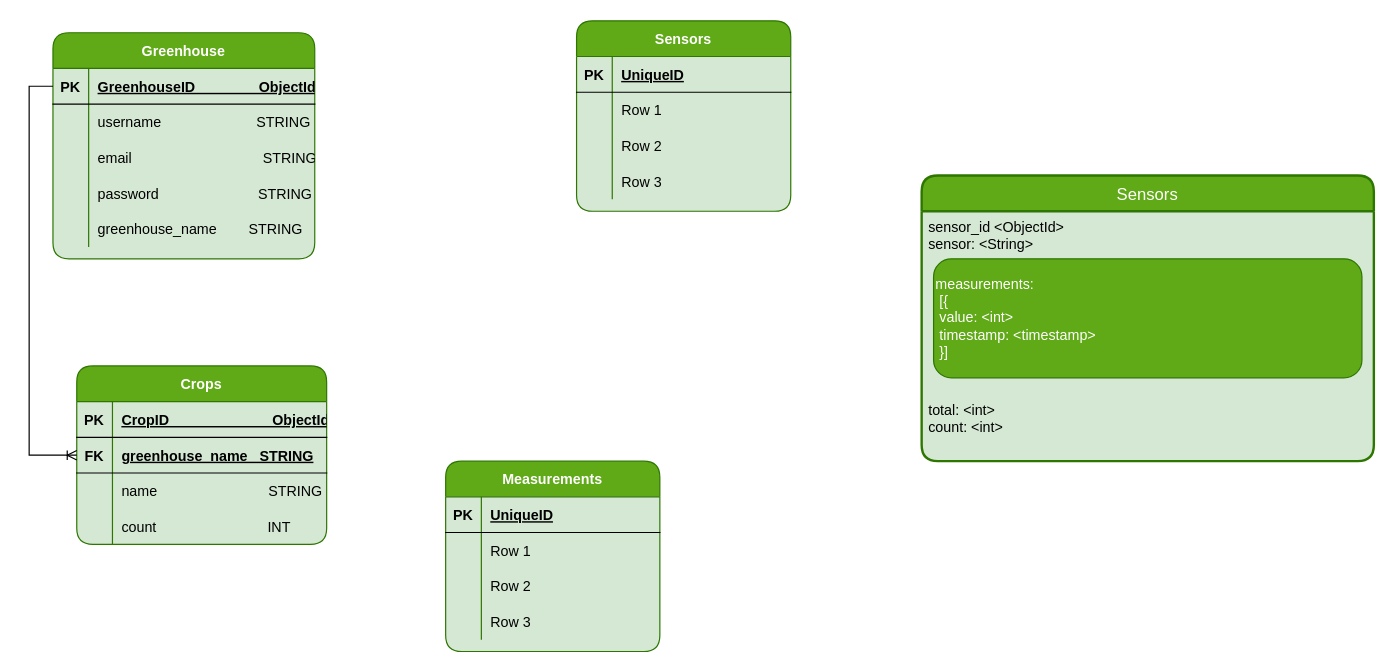
Earlier version of the draw.io diagram ER Diagram(IoT).drawio (Cybernadero/ER). Source tidied: cells renumbered, new cells numbered last; positions are measured from the earlier drawing's top-left corner, leaving out a move shared by most shapes. Both pictures are drawn from the tidied source at 119%, with x=0, y=0 at pixel (52, 20).
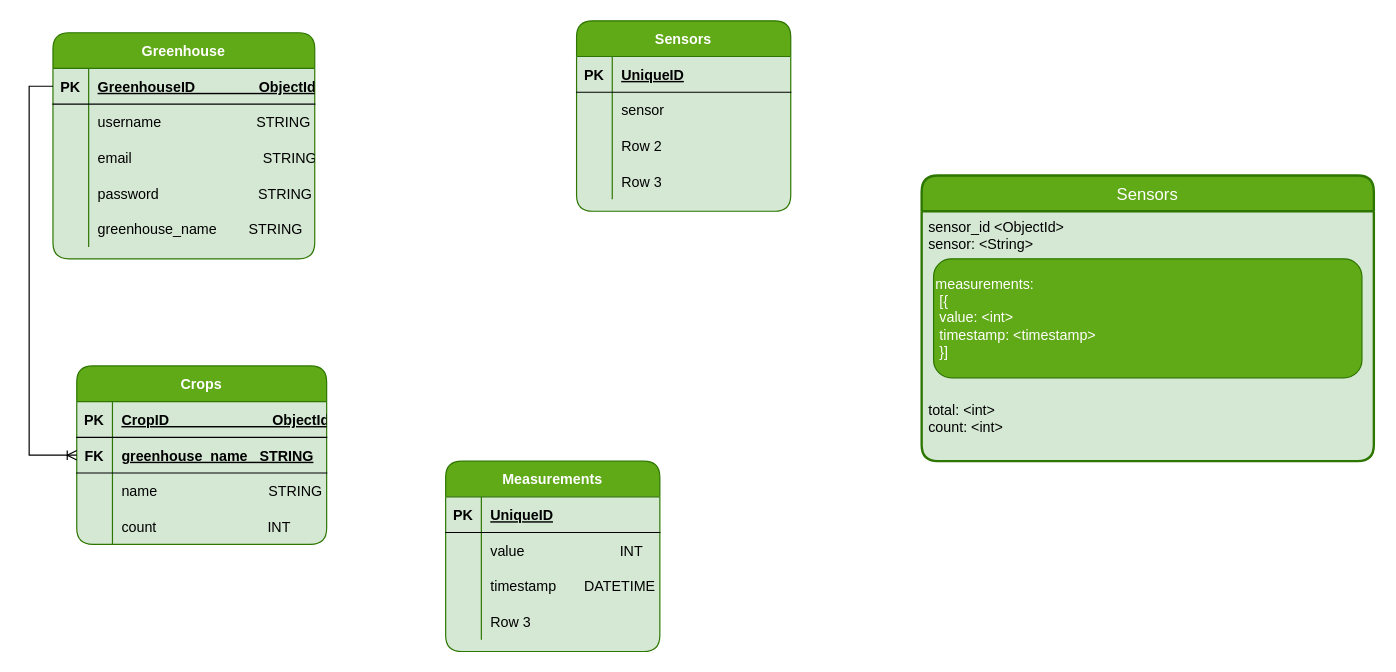
The same page after the edit.

Commit message:
Sensors variables}

Unchanged cells that the change refers to:
```xml
<mxCell id="39" style="shape=partialRectangle;fillColor=none;top=0;left=0;bottom=0;right=0;" parent="35" vertex="1">
  <mxGeometry y="60" width="180" height="30" as="geometry" />
</mxCell>
<mxCell id="52" style="shape=partialRectangle;fillColor=none;top=0;left=0;bottom=0;right=0;" parent="48" vertex="1">
  <mxGeometry y="60" width="180" height="30" as="geometry" />
</mxCell>
<mxCell id="55" style="shape=partialRectangle;fillColor=none;top=0;left=0;bottom=0;right=0;" parent="48" vertex="1">
  <mxGeometry y="90" width="180" height="30" as="geometry" />
</mxCell>
```

The edit, as a diff of the source:
```diff
@@
-    <mxCell id="41" value="Row 1" style="shape=partialRectangle;fillColor=none;top=0;left=0;bottom=0;right=0;align=left;spacingLeft=6;overflow=hidden;" parent="39" vertex="1">
+    <mxCell id="41" value="sensor" style="shape=partialRectangle;fillColor=none;top=0;left=0;bottom=0;right=0;align=left;spacingLeft=6;overflow=hidden;" parent="39" vertex="1">
       <mxGeometry x="30" width="150" height="30" as="geometry" />
     </mxCell>
@@
-    <mxCell id="54" value="Row 1" style="shape=partialRectangle;fillColor=none;top=0;left=0;bottom=0;right=0;align=left;spacingLeft=6;overflow=hidden;" parent="52" vertex="1">
+    <mxCell id="54" value="value                        INT" style="shape=partialRectangle;fillColor=none;top=0;left=0;bottom=0;right=0;align=left;spacingLeft=6;overflow=hidden;" parent="52" vertex="1">
       <mxGeometry x="30" width="150" height="30" as="geometry" />
     </mxCell>
@@
-    <mxCell id="57" value="Row 2" style="shape=partialRectangle;fillColor=none;top=0;left=0;bottom=0;right=0;align=left;spacingLeft=6;overflow=hidden;" parent="55" vertex="1">
+    <mxCell id="57" value="timestamp       DATETIME" style="shape=partialRectangle;fillColor=none;top=0;left=0;bottom=0;right=0;align=left;spacingLeft=6;overflow=hidden;" parent="55" vertex="1">
       <mxGeometry x="30" width="150" height="30" as="geometry" />
     </mxCell>
```
